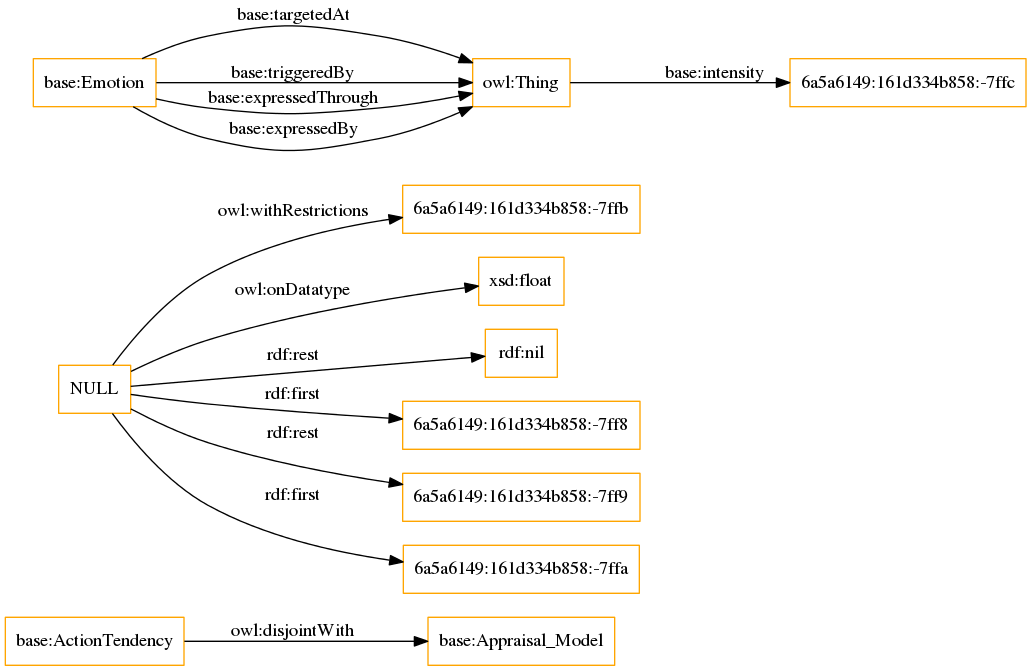
The Graphviz diagram OnToology/HEO.owl/diagrams/ar2dtool-class/HEO.owl.png in OnToologyUser/Propsed-Ontology, before a commit. Its source is kept beside it as OnToology/HEO.owl/diagrams/ar2dtool-class/HEO.owl.png.dot.
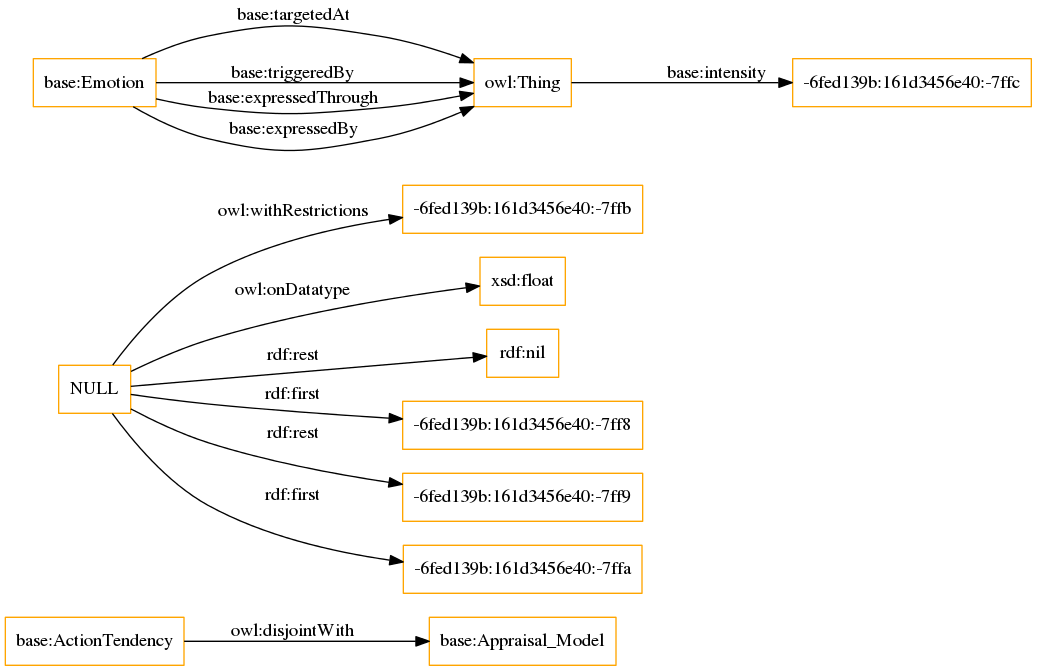
The same file after the commit.

What changed in the source:
```diff
@@ -3,14 +3,14 @@
 size="1501"
 node [shape = rectangle, color="orange"]; "base:ActionTendency" "base:Appraisal_Model" ; /*classes style*/
 	"base:ActionTendency" -> "base:Appraisal_Model" [ label = "owl:disjointWith" ];
-	"NULL" -> "6a5a6149:161d334b858:-7ffb" [ label = "owl:withRestrictions" ];
+	"NULL" -> "-6fed139b:161d3456e40:-7ffb" [ label = "owl:withRestrictions" ];
 	"NULL" -> "xsd:float" [ label = "owl:onDatatype" ];
 	"NULL" -> "rdf:nil" [ label = "rdf:rest" ];
-	"NULL" -> "6a5a6149:161d334b858:-7ff8" [ label = "rdf:first" ];
-	"NULL" -> "6a5a6149:161d334b858:-7ff9" [ label = "rdf:rest" ];
-	"NULL" -> "6a5a6149:161d334b858:-7ffa" [ label = "rdf:first" ];
+	"NULL" -> "-6fed139b:161d3456e40:-7ff8" [ label = "rdf:first" ];
+	"NULL" -> "-6fed139b:161d3456e40:-7ff9" [ label = "rdf:rest" ];
+	"NULL" -> "-6fed139b:161d3456e40:-7ffa" [ label = "rdf:first" ];
 	"base:Emotion" -> "owl:Thing" [ label = "base:targetedAt" ];
-	"owl:Thing" -> "6a5a6149:161d334b858:-7ffc" [ label = "base:intensity" ];
+	"owl:Thing" -> "-6fed139b:161d3456e40:-7ffc" [ label = "base:intensity" ];
 	"base:Emotion" -> "owl:Thing" [ label = "base:triggeredBy" ];
 	"base:Emotion" -> "owl:Thing" [ label = "base:expressedThrough" ];
 	"base:Emotion" -> "owl:Thing" [ label = "base:expressedBy" ];
```
